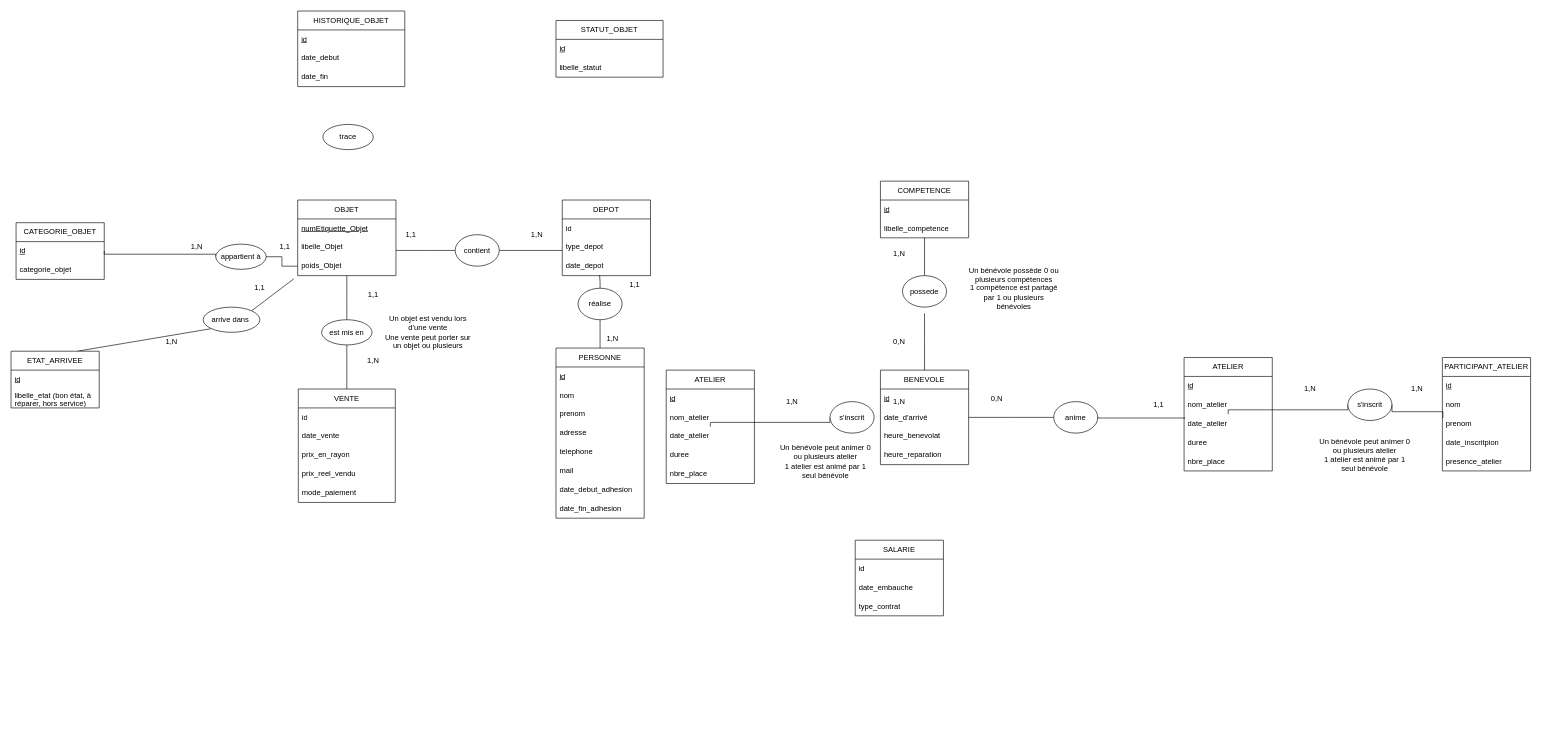
Earlier version of the draw.io diagram schema_EA_adatabase.drawio (gdiaby2403/repo1). Source tidied: cells renumbered, new cells numbered last; positions are measured from the earlier drawing's top-left corner, leaving out a move shared by most shapes. Both pictures are drawn from the tidied source at 63%, with x=0, y=0 at pixel (11, 11).
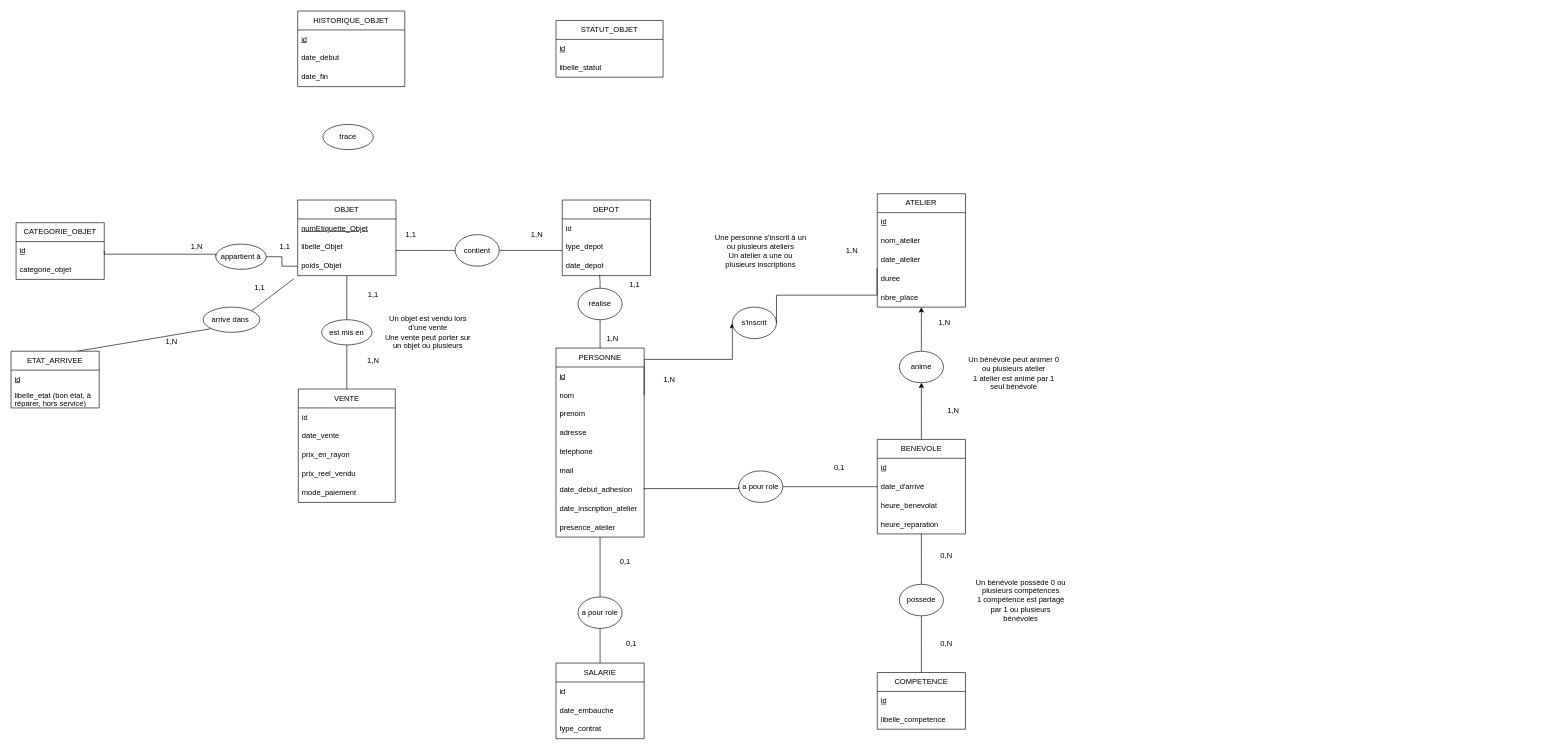
Above is the later version.

Commit message (it also covers changes not shown here):
Mettre à jour schema_EA_adatabase.drawio

Unchanged cells that the change refers to:
```xml
<mxCell id="57" value="date_debut_adhesion" style="text;strokeColor=none;fillColor=none;align=left;verticalAlign=middle;spacingLeft=4;spacingRight=4;overflow=hidden;points=[[0,0.5],[1,0.5]];portConstraint=eastwest;whiteSpace=wrap;html=1;" parent="50" vertex="1">
  <mxGeometry y="210" width="140" height="30" as="geometry" />
</mxCell>
<mxCell id="109" value="date_atelier" style="text;strokeColor=none;fillColor=none;align=left;verticalAlign=middle;spacingLeft=4;spacingRight=4;overflow=hidden;points=[[0,0.5],[1,0.5]];portConstraint=eastwest;whiteSpace=wrap;html=1;" parent="106" vertex="1">
  <mxGeometry y="90" width="140" height="30" as="geometry" />
</mxCell>
```

Change to the diagram source:
```diff
@@
-    <mxCell id="7" value="ATELIER" style="swimlane;fontStyle=0;horizontal=1;startSize=30;whiteSpace=wrap;html=1;" parent="1" vertex="1">
-      <mxGeometry x="1862" y="550" width="140" height="180" as="geometry" />
-    </mxCell>
-    <mxCell id="8" value="&lt;u&gt;id&lt;/u&gt;" style="text;strokeColor=none;fillColor=none;align=left;verticalAlign=middle;spacingLeft=4;spacingRight=4;overflow=hidden;whiteSpace=wrap;html=1;" parent="7" vertex="1">
-      <mxGeometry y="30" width="140" height="30" as="geometry" />
-    </mxCell>
-    <mxCell id="9" value="nom_atelier" style="text;strokeColor=none;fillColor=none;align=left;verticalAlign=middle;spacingLeft=4;spacingRight=4;overflow=hidden;whiteSpace=wrap;html=1;" parent="7" vertex="1">
-      <mxGeometry y="60" width="140" height="30" as="geometry" />
-    </mxCell>
-    <mxCell id="10" value="date_atelier" style="text;strokeColor=none;fillColor=none;align=left;verticalAlign=middle;spacingLeft=4;spacingRight=4;overflow=hidden;points=[[0,0.5],[1,0.5]];portConstraint=eastwest;whiteSpace=wrap;html=1;" parent="7" vertex="1">
-      <mxGeometry y="90" width="140" height="30" as="geometry" />
-    </mxCell>
-    <mxCell id="11" value="duree" style="text;strokeColor=none;fillColor=none;align=left;verticalAlign=middle;spacingLeft=4;spacingRight=4;overflow=hidden;whiteSpace=wrap;html=1;" parent="7" vertex="1">
-      <mxGeometry y="120" width="140" height="30" as="geometry" />
-    </mxCell>
-    <mxCell id="12" value="nbre_place" style="text;strokeColor=none;fillColor=none;align=left;verticalAlign=middle;spacingLeft=4;spacingRight=4;overflow=hidden;whiteSpace=wrap;html=1;" parent="7" vertex="1">
-      <mxGeometry y="150" width="140" height="30" as="geometry" />
-    </mxCell>
+    <mxCell id="117" style="edgeStyle=elbowEdgeStyle;shape=wire;rounded=0;jettySize=auto;elbow=vertical;html=1;exitX=0.5;exitY=1;exitDx=0;exitDy=0;entryX=0.5;entryY=0;entryDx=0;entryDy=0;dashed=1;endArrow=none;endFill=0;" parent="1" edge="1" source="13" target="91">
+      <mxGeometry relative="1" as="geometry" />
+    </mxCell>
+    <mxCell id="86" style="edgeStyle=elbowEdgeStyle;shape=wire;rounded=0;jettySize=auto;elbow=vertical;html=1;exitX=0.5;exitY=0;exitDx=0;exitDy=0;entryX=0.5;entryY=1;entryDx=0;entryDy=0;dashed=1;" parent="1" edge="1" source="13" target="87">
+      <mxGeometry relative="1" as="geometry" />
+    </mxCell>
     <mxCell id="13" value="BENEVOLE" style="swimlane;fontStyle=0;horizontal=1;startSize=30;whiteSpace=wrap;html=1;" parent="1" vertex="1">
-      <mxGeometry x="1380" y="570" width="140" height="150" as="geometry" />
+      <mxGeometry x="1375" y="680" width="140" height="150" as="geometry" />
     </mxCell>
@@
-    <mxCell id="29" style="shape=wire;rounded=0;jettySize=auto;elbow=vertical;html=1;exitX=0.5;exitY=1;exitDx=0;exitDy=0;entryX=0.5;entryY=0;entryDx=0;entryDy=0;dashed=1;endArrow=none;endFill=0;" parent="1" edge="1" source="30">
-      <mxGeometry relative="1" as="geometry">
-        <mxPoint x="1450" y="420" as="targetPoint" />
-      </mxGeometry>
-    </mxCell>
     <mxCell id="30" value="COMPETENCE" style="swimlane;fontStyle=0;horizontal=1;startSize=30;whiteSpace=wrap;html=1;" parent="1" vertex="1">
-      <mxGeometry x="1380" y="270" width="140" height="90" as="geometry" />
+      <mxGeometry x="1375" y="1050" width="140" height="90" as="geometry" />
     </mxCell>
@@
-    <mxCell id="37" value="PARTICIPANT_ATELIER" style="swimlane;fontStyle=0;horizontal=1;startSize=30;whiteSpace=wrap;html=1;" parent="1" vertex="1">
-      <mxGeometry x="2272" y="550" width="140" height="180" as="geometry" />
-    </mxCell>
-    <mxCell id="38" value="&lt;u&gt;id&lt;/u&gt;" style="text;strokeColor=none;fillColor=none;align=left;verticalAlign=middle;spacingLeft=4;spacingRight=4;overflow=hidden;whiteSpace=wrap;html=1;" parent="37" vertex="1">
-      <mxGeometry y="30" width="140" height="30" as="geometry" />
-    </mxCell>
-    <mxCell id="39" value="nom" style="text;strokeColor=none;fillColor=none;align=left;verticalAlign=middle;spacingLeft=4;spacingRight=4;overflow=hidden;whiteSpace=wrap;html=1;" parent="37" vertex="1">
-      <mxGeometry y="60" width="140" height="30" as="geometry" />
-    </mxCell>
-    <mxCell id="40" value="prenom" style="text;strokeColor=none;fillColor=none;align=left;verticalAlign=middle;spacingLeft=4;spacingRight=4;overflow=hidden;points=[[0,0.5],[1,0.5]];portConstraint=eastwest;whiteSpace=wrap;html=1;" parent="37" vertex="1">
-      <mxGeometry y="90" width="140" height="30" as="geometry" />
-    </mxCell>
-    <mxCell id="41" value="date_inscritpion" style="text;strokeColor=none;fillColor=none;align=left;verticalAlign=middle;spacingLeft=4;spacingRight=4;overflow=hidden;whiteSpace=wrap;html=1;" parent="37" vertex="1">
-      <mxGeometry y="120" width="140" height="30" as="geometry" />
-    </mxCell>
-    <mxCell id="42" value="presence_atelier" style="text;strokeColor=none;fillColor=none;align=left;verticalAlign=middle;spacingLeft=4;spacingRight=4;overflow=hidden;whiteSpace=wrap;html=1;" parent="37" vertex="1">
-      <mxGeometry y="150" width="140" height="30" as="geometry" />
-    </mxCell>
@@
+    <mxCell id="118" style="edgeStyle=elbowEdgeStyle;shape=wire;rounded=0;jettySize=auto;elbow=vertical;html=1;exitX=1;exitY=0.25;exitDx=0;exitDy=0;entryX=0;entryY=0.5;entryDx=0;entryDy=0;dashed=1;" parent="1" edge="1" source="50" target="123">
+      <mxGeometry relative="1" as="geometry" />
+    </mxCell>
+    <mxCell id="119" style="edgeStyle=elbowEdgeStyle;shape=wire;rounded=0;jettySize=auto;elbow=vertical;html=1;exitX=0.5;exitY=1;exitDx=0;exitDy=0;entryX=0.5;entryY=0;entryDx=0;entryDy=0;dashed=1;endArrow=none;endFill=0;" parent="1" edge="1" source="50" target="131">
+      <mxGeometry relative="1" as="geometry" />
+    </mxCell>
     <mxCell id="50" value="PERSONNE" style="swimlane;fontStyle=0;horizontal=1;startSize=30;whiteSpace=wrap;html=1;" parent="1" vertex="1">
-      <mxGeometry x="865" y="535" width="140" height="270" as="geometry" />
+      <mxGeometry x="865" y="535" width="140" height="300" as="geometry" />
     </mxCell>
@@
+    <mxCell id="120" value="date_inscription_atelier" style="text;strokeColor=none;fillColor=none;align=left;verticalAlign=middle;spacingLeft=4;spacingRight=4;overflow=hidden;whiteSpace=wrap;html=1;" parent="50" vertex="1">
+      <mxGeometry y="240" width="140" height="30" as="geometry" />
+    </mxCell>
-    <mxCell id="58" value="date_fin_adhesion" style="text;strokeColor=none;fillColor=none;align=left;verticalAlign=middle;spacingLeft=4;spacingRight=4;overflow=hidden;whiteSpace=wrap;html=1;" parent="50" vertex="1">
-      <mxGeometry y="240" width="140" height="30" as="geometry" />
+    <mxCell id="58" value="presence_atelier" style="text;strokeColor=none;fillColor=none;align=left;verticalAlign=middle;spacingLeft=4;spacingRight=4;overflow=hidden;whiteSpace=wrap;html=1;" parent="50" vertex="1">
+      <mxGeometry y="270" width="140" height="30" as="geometry" />
     </mxCell>
     <mxCell id="59" value="SALARIE" style="swimlane;fontStyle=0;horizontal=1;startSize=30;whiteSpace=wrap;html=1;" parent="1" vertex="1">
-      <mxGeometry x="1340" y="840" width="140" height="120" as="geometry" />
+      <mxGeometry x="865" y="1035" width="140" height="120" as="geometry" />
     </mxCell>
@@
-    <mxCell id="63" style="edgeStyle=elbowEdgeStyle;shape=wire;rounded=0;jettySize=auto;elbow=vertical;html=1;exitX=0.5;exitY=1;exitDx=0;exitDy=0;entryX=0.5;entryY=0;entryDx=0;entryDy=0;dashed=1;endArrow=none;endFill=0;" parent="1" edge="1" target="13">
-      <mxGeometry relative="1" as="geometry">
-        <mxPoint x="1450" y="480" as="sourcePoint" />
-      </mxGeometry>
-    </mxCell>
     <mxCell id="64" value="0,N" style="text;html=1;whiteSpace=wrap;strokeColor=none;fillColor=none;align=center;verticalAlign=middle;rounded=0;" parent="1" vertex="1">
-      <mxGeometry x="1380" y="510" width="60" height="30" as="geometry" />
+      <mxGeometry x="1455" y="850" width="60" height="30" as="geometry" />
     </mxCell>
     <mxCell id="65" value="1,N" style="text;html=1;whiteSpace=wrap;strokeColor=none;fillColor=none;align=center;verticalAlign=middle;rounded=0;" parent="1" vertex="1">
-      <mxGeometry x="1380" y="370" width="60" height="30" as="geometry" />
+      <mxGeometry x="1452" y="480" width="60" height="30" as="geometry" />
     </mxCell>
@@
-    <mxCell id="86" style="edgeStyle=elbowEdgeStyle;shape=wire;rounded=0;jettySize=auto;elbow=vertical;html=1;exitX=1;exitY=0.5;exitDx=0;exitDy=0;entryX=0;entryY=0.5;entryDx=0;entryDy=0;dashed=1;endArrow=none;endFill=0;" parent="1" edge="1" source="13" target="87">
-      <mxGeometry relative="1" as="geometry" />
-    </mxCell>
+    <mxCell id="121" style="edgeStyle=elbowEdgeStyle;shape=wire;rounded=0;jettySize=auto;elbow=vertical;html=1;exitX=0.5;exitY=0;exitDx=0;exitDy=0;entryX=0.5;entryY=1;entryDx=0;entryDy=0;dashed=1;" parent="1" edge="1" source="87" target="106">
+      <mxGeometry relative="1" as="geometry" />
+    </mxCell>
     <mxCell id="87" value="anime" style="ellipse;whiteSpace=wrap;html=1;shapeInside=1;" parent="1" vertex="1">
-      <mxGeometry x="1655" y="620" width="70" height="50" as="geometry" />
+      <mxGeometry x="1410" y="540" width="70" height="50" as="geometry" />
     </mxCell>
     <mxCell id="88" value="0,N" style="text;html=1;whiteSpace=wrap;strokeColor=none;fillColor=none;align=center;verticalAlign=middle;rounded=0;" parent="1" vertex="1">
-      <mxGeometry x="1535" y="600" width="60" height="30" as="geometry" />
+      <mxGeometry x="1455" y="990" width="60" height="30" as="geometry" />
     </mxCell>
-    <mxCell id="89" value="1,1" style="text;html=1;whiteSpace=wrap;strokeColor=none;fillColor=none;align=center;verticalAlign=middle;rounded=0;" parent="1" vertex="1">
-      <mxGeometry x="1792" y="610" width="60" height="30" as="geometry" />
-    </mxCell>
-    <mxCell id="90" value="Un bénévole peut animer 0 ou plusieurs atelier&lt;br&gt;1 atelier est animé par 1 seul bénévole" style="text;html=1;whiteSpace=wrap;strokeColor=none;fillColor=none;align=center;verticalAlign=middle;rounded=0;" parent="1" vertex="1">
-      <mxGeometry x="2072" y="690" width="154" height="30" as="geometry" />
-    </mxCell>
+    <mxCell id="122" style="edgeStyle=elbowEdgeStyle;shape=wire;rounded=0;jettySize=auto;elbow=vertical;html=1;exitX=0.5;exitY=1;exitDx=0;exitDy=0;entryX=0.5;entryY=0;entryDx=0;entryDy=0;dashed=1;endArrow=none;endFill=0;" parent="1" edge="1" source="91" target="30">
+      <mxGeometry relative="1" as="geometry" />
+    </mxCell>
     <mxCell id="91" value="possede" style="ellipse;whiteSpace=wrap;html=1;shapeInside=1;" parent="1" vertex="1">
-      <mxGeometry x="1415" y="420" width="70" height="50" as="geometry" />
+      <mxGeometry x="1410" y="910" width="70" height="50" as="geometry" />
     </mxCell>
     <mxCell id="92" value="Un bénévole possède 0 ou plusieurs compétences&lt;br&gt;1 compétence est partagé par 1 ou plusieurs bénévoles" style="text;html=1;whiteSpace=wrap;strokeColor=none;fillColor=none;align=center;verticalAlign=middle;rounded=0;" parent="1" vertex="1">
-      <mxGeometry x="1515" y="425" width="154" height="30" as="geometry" />
+      <mxGeometry x="1526" y="920" width="154" height="30" as="geometry" />
     </mxCell>
-    <mxCell id="93" style="edgeStyle=elbowEdgeStyle;shape=wire;rounded=0;jettySize=auto;elbow=vertical;html=1;exitX=0;exitY=0.5;exitDx=0;exitDy=0;dashed=1;endArrow=none;endFill=0;" parent="1" edge="1" source="94" target="10">
-      <mxGeometry relative="1" as="geometry" />
-    </mxCell>
-    <mxCell id="94" value="s'inscrit" style="ellipse;whiteSpace=wrap;html=1;shapeInside=1;" parent="1" vertex="1">
-      <mxGeometry x="2122" y="600" width="70" height="50" as="geometry" />
-    </mxCell>
-    <mxCell id="95" style="edgeStyle=elbowEdgeStyle;shape=wire;rounded=0;jettySize=auto;elbow=vertical;html=1;exitX=1;exitY=0.5;exitDx=0;exitDy=0;entryX=0.006;entryY=0.202;entryDx=0;entryDy=0;entryPerimeter=0;dashed=1;endArrow=none;endFill=0;" parent="1" edge="1" source="94" target="40">
-      <mxGeometry relative="1" as="geometry" />
-    </mxCell>
-    <mxCell id="96" value="1,N" style="text;html=1;whiteSpace=wrap;strokeColor=none;fillColor=none;align=center;verticalAlign=middle;rounded=0;" parent="1" vertex="1">
-      <mxGeometry x="2202" y="585" width="60" height="30" as="geometry" />
-    </mxCell>
-    <mxCell id="97" value="1,N" style="text;html=1;whiteSpace=wrap;strokeColor=none;fillColor=none;align=center;verticalAlign=middle;rounded=0;" parent="1" vertex="1">
-      <mxGeometry x="2032" y="585" width="60" height="30" as="geometry" />
-    </mxCell>
@@
-    <mxCell id="105" style="edgeStyle=elbowEdgeStyle;shape=wire;rounded=0;jettySize=auto;elbow=vertical;html=1;exitX=1;exitY=0.5;exitDx=0;exitDy=0;entryX=0.015;entryY=0.221;entryDx=0;entryDy=0;entryPerimeter=0;dashed=1;endArrow=none;endFill=0;" parent="1" edge="1" source="87" target="10">
-      <mxGeometry relative="1" as="geometry" />
-    </mxCell>
     <mxCell id="106" value="ATELIER" style="swimlane;fontStyle=0;horizontal=1;startSize=30;whiteSpace=wrap;html=1;" parent="1" vertex="1">
-      <mxGeometry x="1040" y="570" width="140" height="180" as="geometry" />
+      <mxGeometry x="1375" y="290" width="140" height="180" as="geometry" />
     </mxCell>
@@
     <mxCell id="112" value="Un bénévole peut animer 0 ou plusieurs atelier&lt;br&gt;1 atelier est animé par 1 seul bénévole" style="text;html=1;whiteSpace=wrap;strokeColor=none;fillColor=none;align=center;verticalAlign=middle;rounded=0;" parent="1" vertex="1">
-      <mxGeometry x="1216" y="700" width="154" height="30" as="geometry" />
+      <mxGeometry x="1515" y="560" width="154" height="30" as="geometry" />
     </mxCell>
-    <mxCell id="113" style="edgeStyle=elbowEdgeStyle;shape=wire;rounded=0;jettySize=auto;elbow=vertical;html=1;exitX=0;exitY=0.5;exitDx=0;exitDy=0;dashed=1;endArrow=none;endFill=0;" parent="1" edge="1" source="114" target="109">
-      <mxGeometry relative="1" as="geometry" />
-    </mxCell>
-    <mxCell id="114" value="s'inscrit" style="ellipse;whiteSpace=wrap;html=1;shapeInside=1;" parent="1" vertex="1">
-      <mxGeometry x="1300" y="620" width="70" height="50" as="geometry" />
-    </mxCell>
     <mxCell id="115" value="1,N" style="text;html=1;whiteSpace=wrap;strokeColor=none;fillColor=none;align=center;verticalAlign=middle;rounded=0;" parent="1" vertex="1">
-      <mxGeometry x="1380" y="605" width="60" height="30" as="geometry" />
+      <mxGeometry x="1015" y="570" width="60" height="30" as="geometry" />
     </mxCell>
-    <mxCell id="116" value="1,N" style="text;html=1;whiteSpace=wrap;strokeColor=none;fillColor=none;align=center;verticalAlign=middle;rounded=0;" parent="1" vertex="1">
-      <mxGeometry x="1210" y="605" width="60" height="30" as="geometry" />
-    </mxCell>
+    <mxCell id="123" value="s'inscrit" style="ellipse;whiteSpace=wrap;html=1;shapeInside=1;" parent="1" vertex="1">
+      <mxGeometry x="1145" y="470" width="70" height="50" as="geometry" />
+    </mxCell>
+    <mxCell id="124" style="edgeStyle=elbowEdgeStyle;shape=wire;rounded=0;jettySize=auto;elbow=vertical;html=1;exitX=1;exitY=0.5;exitDx=0;exitDy=0;entryX=-0.003;entryY=0.933;entryDx=0;entryDy=0;entryPerimeter=0;dashed=1;endArrow=none;endFill=0;" parent="1" edge="1" source="123" target="109">
+      <mxGeometry relative="1" as="geometry" />
+    </mxCell>
+    <mxCell id="125" value="1,N" style="text;html=1;whiteSpace=wrap;strokeColor=none;fillColor=none;align=center;verticalAlign=middle;rounded=0;" parent="1" vertex="1">
+      <mxGeometry x="1466" y="620" width="60" height="30" as="geometry" />
+    </mxCell>
+    <mxCell id="126" value="Une personne s'inscrit à un ou plusieurs ateliers&lt;div&gt;Un atelier a une ou plusieurs inscriptions&lt;/div&gt;" style="text;html=1;whiteSpace=wrap;strokeColor=none;fillColor=none;align=center;verticalAlign=middle;rounded=0;" parent="1" vertex="1">
+      <mxGeometry x="1113" y="366" width="154" height="30" as="geometry" />
+    </mxCell>
+    <mxCell id="127" value="1,N" style="text;html=1;whiteSpace=wrap;strokeColor=none;fillColor=none;align=center;verticalAlign=middle;rounded=0;" parent="1" vertex="1">
+      <mxGeometry x="1305" y="365" width="60" height="30" as="geometry" />
+    </mxCell>
+    <mxCell id="128" style="edgeStyle=elbowEdgeStyle;shape=wire;rounded=0;jettySize=auto;elbow=vertical;html=1;exitX=1;exitY=0.5;exitDx=0;exitDy=0;entryX=0;entryY=0.5;entryDx=0;entryDy=0;dashed=1;endArrow=none;endFill=0;" parent="1" edge="1" source="129" target="13">
+      <mxGeometry relative="1" as="geometry" />
+    </mxCell>
+    <mxCell id="129" value="a pour role" style="ellipse;whiteSpace=wrap;html=1;shapeInside=1;" parent="1" vertex="1">
+      <mxGeometry x="1155" y="730" width="70" height="50" as="geometry" />
+    </mxCell>
+    <mxCell id="130" style="edgeStyle=elbowEdgeStyle;shape=wire;rounded=0;jettySize=auto;elbow=vertical;html=1;exitX=0.5;exitY=1;exitDx=0;exitDy=0;entryX=0.5;entryY=0;entryDx=0;entryDy=0;dashed=1;endArrow=none;endFill=0;" parent="1" edge="1" source="131" target="59">
+      <mxGeometry relative="1" as="geometry" />
+    </mxCell>
+    <mxCell id="131" value="a pour role" style="ellipse;whiteSpace=wrap;html=1;shapeInside=1;" parent="1" vertex="1">
+      <mxGeometry x="900" y="930" width="70" height="50" as="geometry" />
+    </mxCell>
+    <mxCell id="132" style="edgeStyle=elbowEdgeStyle;shape=wire;rounded=0;jettySize=auto;elbow=vertical;html=1;exitX=1;exitY=0.5;exitDx=0;exitDy=0;entryX=0;entryY=0.5;entryDx=0;entryDy=0;dashed=1;endArrow=none;endFill=0;" parent="1" edge="1" source="57" target="129">
+      <mxGeometry relative="1" as="geometry" />
+    </mxCell>
+    <mxCell id="133" value="0,1" style="text;html=1;whiteSpace=wrap;strokeColor=none;fillColor=none;align=center;verticalAlign=middle;rounded=0;" parent="1" vertex="1">
+      <mxGeometry x="955" y="990" width="60" height="30" as="geometry" />
+    </mxCell>
+    <mxCell id="134" value="0,1" style="text;html=1;whiteSpace=wrap;strokeColor=none;fillColor=none;align=center;verticalAlign=middle;rounded=0;" parent="1" vertex="1">
+      <mxGeometry x="1285" y="710" width="60" height="30" as="geometry" />
+    </mxCell>
+    <mxCell id="135" value="0,1" style="text;html=1;whiteSpace=wrap;strokeColor=none;fillColor=none;align=center;verticalAlign=middle;rounded=0;" parent="1" vertex="1">
+      <mxGeometry x="945" y="860" width="60" height="30" as="geometry" />
+    </mxCell>
```
